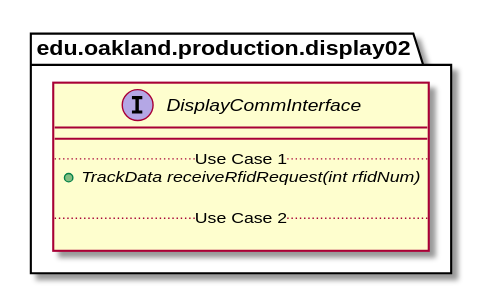
The PlantUML diagram docs/uml-class-diagrams/display02/production/DisplayCommInterface/DisplayCommInterface_Closure.svg in elilley15/csi-3370-software-project, before a commit. The source it was exported from:
```plantuml
@startuml DisplayCommInterface_Closure


package edu.oakland.production.display02 {
    interface DisplayCommInterface {
        __
        .. Use Case 1 ..
        {abstract} + TrackData receiveRfidRequest(int rfidNum)

        .. Use Case 2 ..

    }
}






@enduml
```
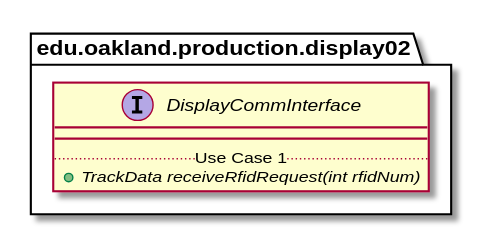
After the change.

The edit, as a diff of the source:
```diff
@@ -6,9 +6,6 @@
         __
         .. Use Case 1 ..
         {abstract} + TrackData receiveRfidRequest(int rfidNum)
-
-        .. Use Case 2 ..
-
     }
 }
 
```
